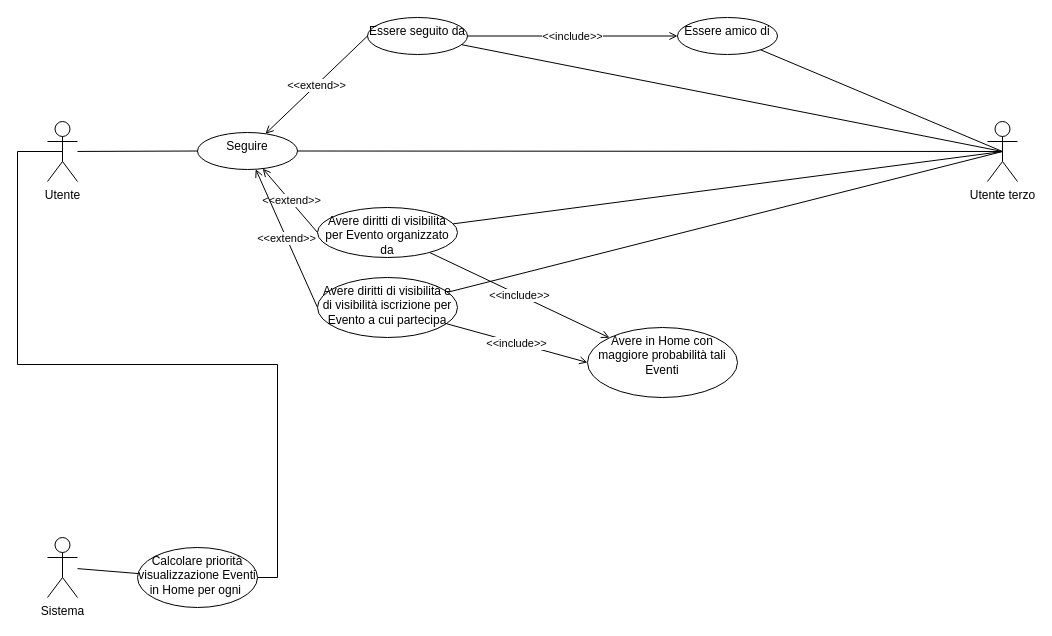
This is UseCase/RF19_Following/Following.drawio from 4spot-team/documentation, a draw.io file, before an edit. Source tidied: cells renumbered, new cells numbered last; positions are measured from the earlier drawing's top-left corner, leaving out a move shared by most shapes. Both pictures are drawn from the tidied source at 100%, with x=0, y=0 at pixel (17, 17).
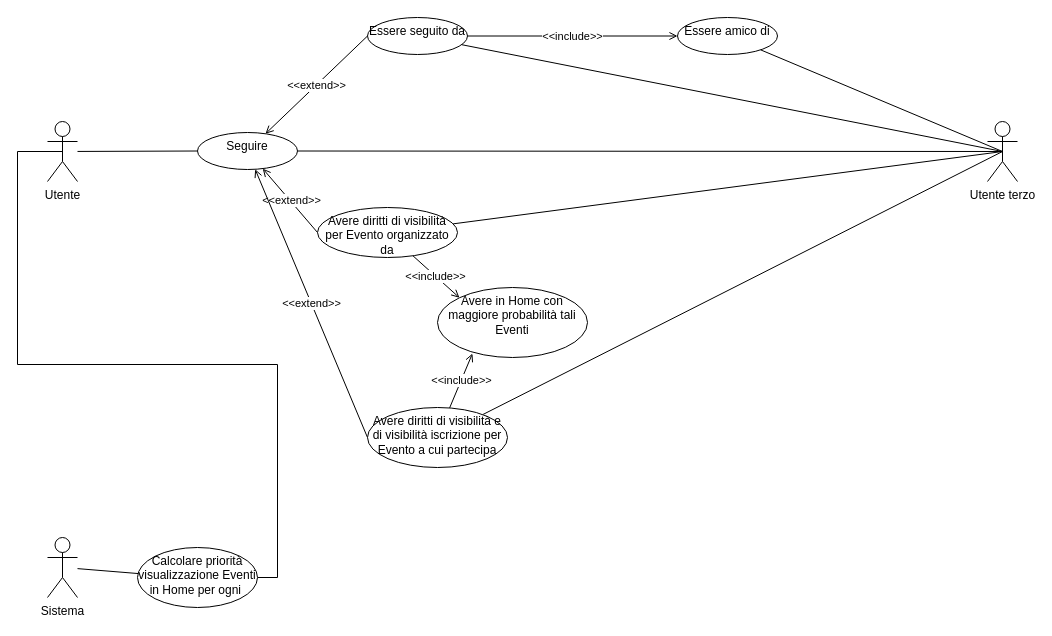
After the change.

The edit, as a diff of the source:
```diff
@@
     <mxCell id="16" value="Avere in Home con maggiore probabilità tali Eventi" style="ellipse;whiteSpace=wrap;html=1;verticalAlign=top;" parent="1" vertex="1">
-      <mxGeometry x="570" y="310" width="150" height="70" as="geometry" />
+      <mxGeometry x="420" y="270" width="150" height="70" as="geometry" />
     </mxCell>
@@
-    <mxCell id="21" value="&amp;lt;&amp;lt;include&amp;gt;&amp;gt;" style="edgeStyle=none;rounded=0;jettySize=auto;html=1;entryX=0;entryY=0.5;entryDx=0;entryDy=0;endArrow=open;endFill=0;" parent="1" edge="1" source="22" target="16">
+    <mxCell id="21" value="&amp;lt;&amp;lt;include&amp;gt;&amp;gt;" style="edgeStyle=none;rounded=0;jettySize=auto;html=1;entryX=0.233;entryY=0.943;entryDx=0;entryDy=0;endArrow=open;endFill=0;entryPerimeter=0;" parent="1" edge="1" source="22" target="16">
       <mxGeometry relative="1" as="geometry" />
     </mxCell>
     <mxCell id="22" value="Avere diritti di visibilità e di visibilità iscrizione per Evento a cui partecipa" style="ellipse;whiteSpace=wrap;html=1;verticalAlign=top;" parent="1" vertex="1">
-      <mxGeometry x="300" y="260" width="140" height="60" as="geometry" />
+      <mxGeometry x="350" y="390" width="140" height="60" as="geometry" />
     </mxCell>
```
